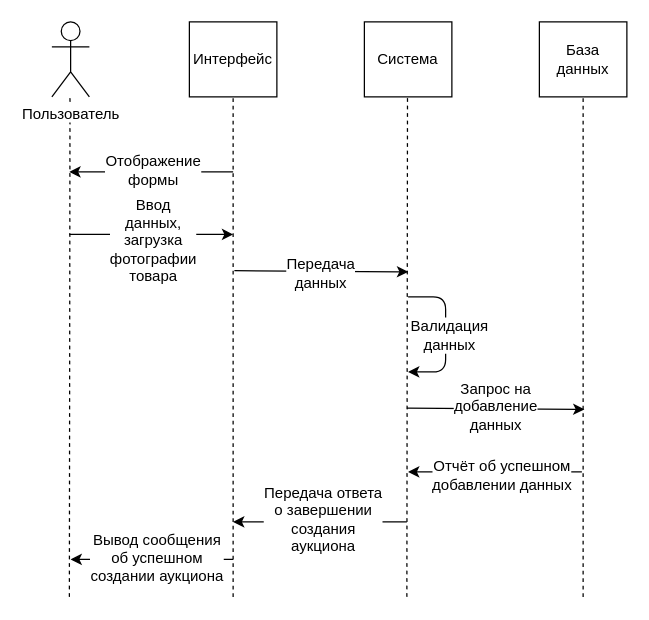
Fake-Make/Au keeps this draw.io diagram as Diagrams/Cases Diagrams/Create Auction.drawio. Above is the earlier version. Source tidied: cells renumbered, new cells numbered last; positions are measured from the earlier drawing's top-left corner, leaving out a move shared by most shapes. Both pictures are drawn from the tidied source at 125%, with x=0, y=0 at pixel (51, 21).
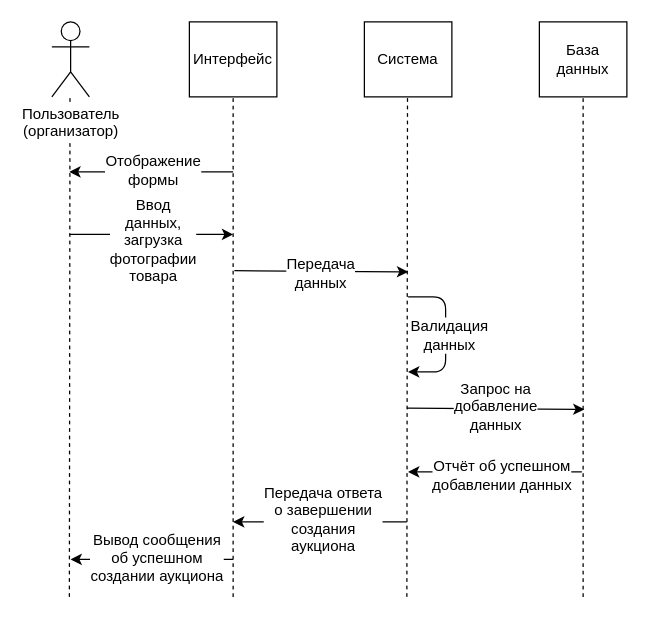
The same page after the edit.

Change to the diagram source:
```diff
@@
-    <mxCell id="9" value="Пользователь&lt;br&gt;" style="shape=umlActor;verticalLabelPosition=bottom;labelBackgroundColor=#ffffff;verticalAlign=top;html=1;" parent="1" vertex="1">
+    <mxCell id="9" value="Пользователь&lt;br&gt;(организатор)&lt;br&gt;" style="shape=umlActor;verticalLabelPosition=bottom;labelBackgroundColor=#ffffff;verticalAlign=top;html=1;" parent="1" vertex="1">
       <mxGeometry width="30" height="60" as="geometry" />
     </mxCell>
```
